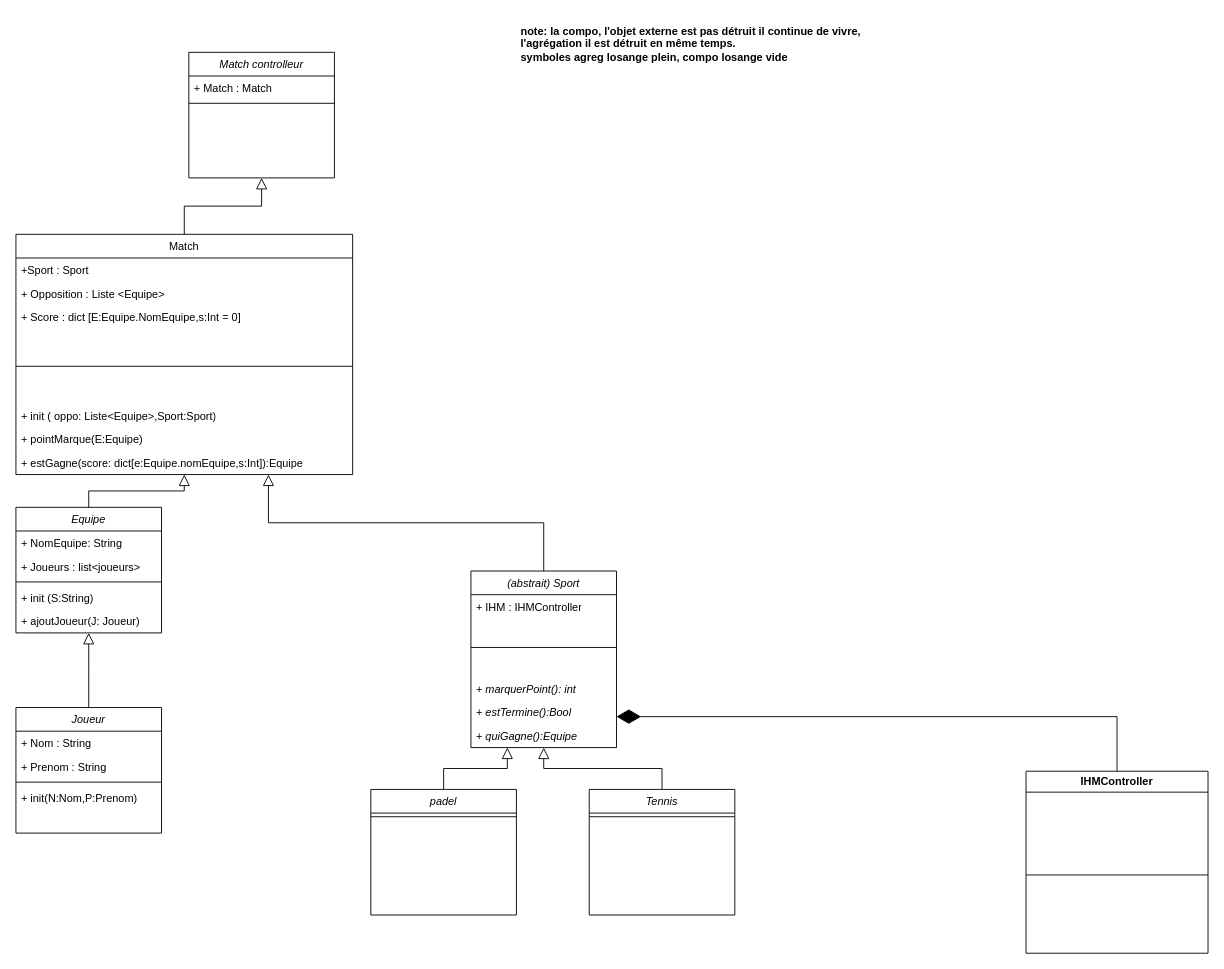
Before: Docs/projet_raspberry_compteur.drawio in canigou101/compteur-points-rasp, a draw.io diagram. Source tidied: cells renumbered, new cells numbered last; positions are measured from the earlier drawing's top-left corner, leaving out a move shared by most shapes. Both pictures are drawn from the tidied source at 91%, with x=0, y=0 at pixel (15, 15).
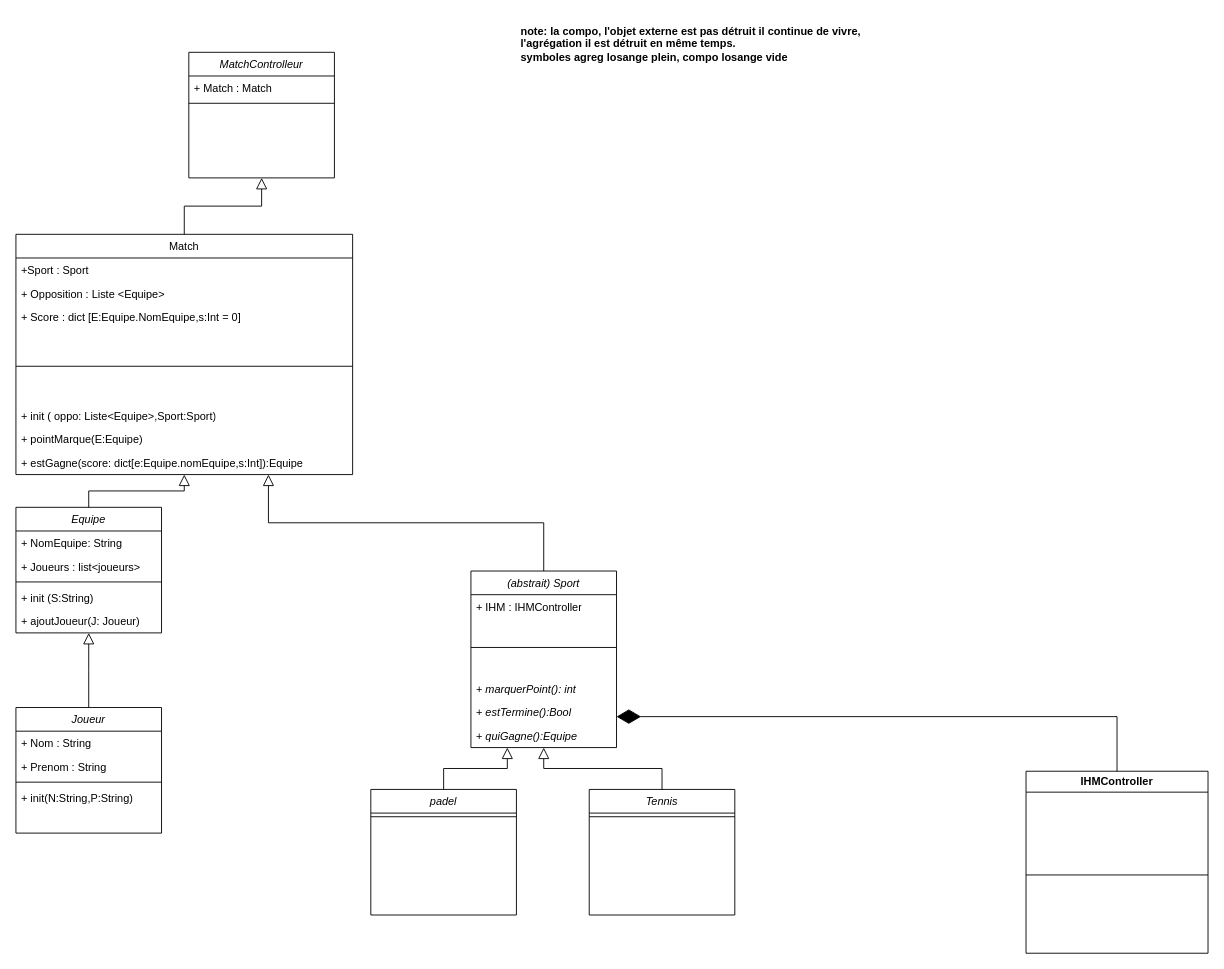
The same diagram, later.

The change refers to these unchanged cells:
```xml
<mxCell id="20" value="Joueur" style="swimlane;fontStyle=2;align=center;verticalAlign=top;horizontal=1;startSize=26;rounded=0;shadow=0;strokeWidth=1;" parent="1" vertex="1">
  <mxGeometry y="760" width="160" height="138" as="geometry" />
</mxCell>
```

Diff of the diagram source:
```diff
@@
-    <mxCell id="2" value="Match controlleur" style="swimlane;fontStyle=2;align=center;verticalAlign=top;horizontal=1;startSize=26;rounded=0;shadow=0;strokeWidth=1;" parent="1" vertex="1">
+    <mxCell id="2" value="MatchControlleur" style="swimlane;fontStyle=2;align=center;verticalAlign=top;horizontal=1;startSize=26;rounded=0;shadow=0;strokeWidth=1;" parent="1" vertex="1">
       <mxGeometry x="190" y="40" width="160" height="138" as="geometry" />
     </mxCell>
@@
-    <mxCell id="24" value="+ init(N:Nom,P:Prenom)" style="text;strokeColor=none;fillColor=none;align=left;verticalAlign=top;spacingLeft=4;spacingRight=4;overflow=hidden;whiteSpace=wrap;html=1;" parent="20" vertex="1">
+    <mxCell id="24" value="+ init(N:String,P:String)" style="text;strokeColor=none;fillColor=none;align=left;verticalAlign=top;spacingLeft=4;spacingRight=4;overflow=hidden;whiteSpace=wrap;html=1;" parent="20" vertex="1">
       <mxGeometry y="86" width="160" height="26" as="geometry" />
     </mxCell>
```
